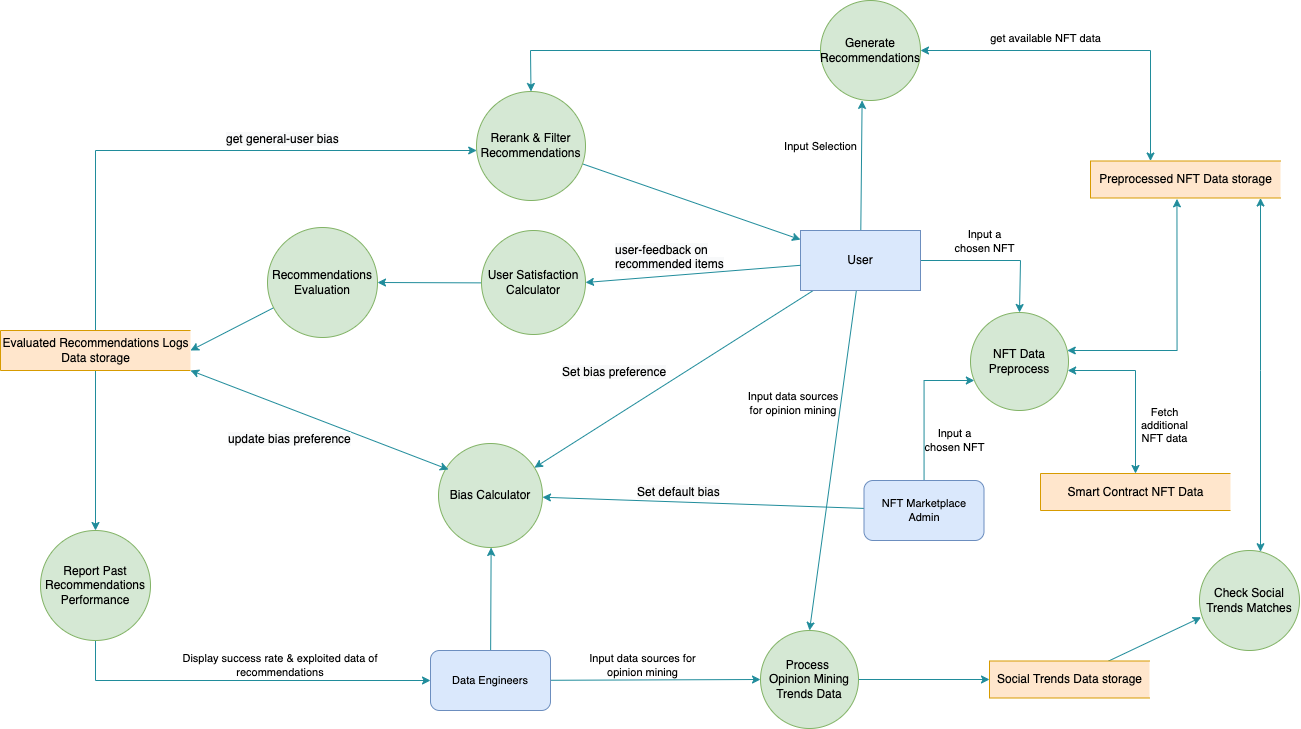
Earlier version of the draw.io export PSPD/PSPD/images/Design/Data Flow Diagram L1.png (dinuka-rp/nerdy-panda). Source tidied: cells renumbered, new cells last; positions are measured from the earlier drawing's top-left corner, leaving out a move shared by most shapes.
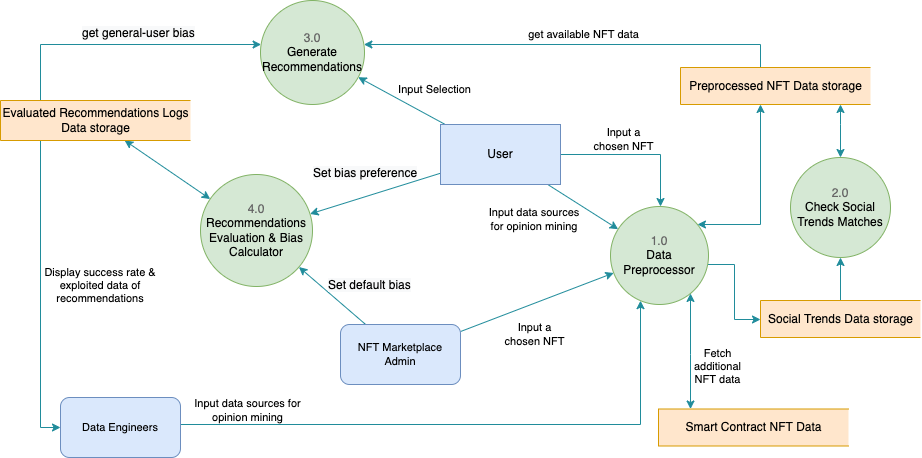
The same diagram one commit later.

The edit, as a diff of the source:
```diff
@@ -12,188 +12,151 @@
     <mxCell id="3" style="edgeStyle=none;rounded=0;jettySize=auto;html=1;strokeColor=#208C9B;fontColor=#000000;" parent="1" edge="1" source="6" target="30">
       <mxGeometry relative="1" as="geometry" />
     </mxCell>
-    <mxCell id="4" style="edgeStyle=none;rounded=0;jettySize=auto;html=1;entryX=0.416;entryY=0.999;entryDx=0;entryDy=0;entryPerimeter=0;strokeColor=#208C9B;fontColor=#000000;" parent="1" edge="1" source="6" target="26">
+    <mxCell id="4" style="edgeStyle=none;rounded=0;jettySize=auto;html=1;strokeColor=#208C9B;fontColor=#000000;startArrow=none;startFill=0;" parent="1" edge="1" source="6" target="26">
       <mxGeometry relative="1" as="geometry" />
     </mxCell>
-    <mxCell id="5" style="edgeStyle=none;rounded=0;jettySize=auto;html=1;entryX=0.5;entryY=0;entryDx=0;entryDy=0;strokeColor=#208C9B;fontColor=#000000;" parent="1" edge="1" source="6" target="18">
+    <mxCell id="5" style="edgeStyle=none;rounded=0;jettySize=auto;html=1;strokeColor=#208C9B;fontColor=#000000;" parent="1" edge="1" source="6" target="8">
       <mxGeometry relative="1" as="geometry" />
     </mxCell>
     <mxCell id="6" value="User" style="rounded=0;whiteSpace=wrap;html=1;fillColor=#dae8fc;strokeColor=#6c8ebf;" parent="1" vertex="1">
       <mxGeometry x="800" y="230" width="120" height="60" as="geometry" />
     </mxCell>
-    <mxCell id="7" style="edgeStyle=orthogonalEdgeStyle;rounded=0;jettySize=auto;html=1;entryX=0.455;entryY=1.023;entryDx=0;entryDy=0;entryPerimeter=0;startArrow=classic;startFill=1;strokeColor=#208C9B;fontColor=#000000;" parent="1" edge="1" source="8" target="11">
+    <mxCell id="7" style="edgeStyle=orthogonalEdgeStyle;rounded=0;jettySize=auto;html=1;startArrow=classic;startFill=1;strokeColor=#208C9B;fontColor=#000000;" parent="1" edge="1" source="8" target="11">
       <mxGeometry relative="1" as="geometry">
         <Array as="points">
-          <mxPoint x="1176" y="350" />
+          <mxPoint x="1120" y="330" />
         </Array>
       </mxGeometry>
     </mxCell>
+    <mxCell id="54" style="edgeStyle=orthogonalEdgeStyle;rounded=0;jettySize=auto;html=1;startArrow=none;startFill=0;strokeColor=#208C9B;fontColor=#000000;" parent="1" edge="1" source="8" target="20">
+      <mxGeometry relative="1" as="geometry">
+        <Array as="points">
+          <mxPoint x="1094" y="370" />
+          <mxPoint x="1094" y="425" />
+        </Array>
+      </mxGeometry>
+    </mxCell>
-    <mxCell id="8" value="NFT Data Preprocess" style="ellipse;whiteSpace=wrap;html=1;fillColor=#d5e8d4;strokeColor=#82b366;" parent="1" vertex="1">
+    <mxCell id="8" value="&lt;font color=&quot;#666666&quot;&gt;1.0&lt;/font&gt;&lt;br&gt;Data Preprocessor" style="ellipse;whiteSpace=wrap;html=1;fillColor=#d5e8d4;strokeColor=#82b366;" parent="1" vertex="1">
       <mxGeometry x="970" y="312" width="98" height="98" as="geometry" />
     </mxCell>
-    <mxCell id="9" style="rounded=0;jettySize=auto;html=1;startArrow=classic;startFill=1;strokeColor=#208C9B;fontColor=#000000;edgeStyle=orthogonalEdgeStyle;" parent="1" edge="1" source="11" target="26">
+    <mxCell id="9" style="rounded=0;jettySize=auto;html=1;startArrow=none;startFill=0;strokeColor=#208C9B;fontColor=#000000;edgeStyle=orthogonalEdgeStyle;" parent="1" edge="1" source="11" target="26">
       <mxGeometry relative="1" as="geometry">
         <Array as="points">
-          <mxPoint x="1150" y="50" />
+          <mxPoint x="1120" y="150" />
         </Array>
       </mxGeometry>
     </mxCell>
     <mxCell id="10" style="edgeStyle=orthogonalEdgeStyle;rounded=0;jettySize=auto;html=1;startArrow=classic;startFill=1;strokeColor=#208C9B;fontColor=#000000;" parent="1" edge="1" source="11" target="27">
       <mxGeometry relative="1" as="geometry">
         <Array as="points">
-          <mxPoint x="1260" y="370" />
-          <mxPoint x="1260" y="370" />
+          <mxPoint x="1200" y="230" />
+          <mxPoint x="1200" y="230" />
         </Array>
       </mxGeometry>
     </mxCell>
     <mxCell id="11" value="Preprocessed NFT Data storage" style="html=1;dashed=0;whitespace=wrap;shape=partialRectangle;right=0;rounded=1;fillColor=#ffe6cc;strokeColor=#d79b00;" parent="1" vertex="1">
-      <mxGeometry x="1090" y="160.5" width="190" height="37" as="geometry" />
+      <mxGeometry x="1040" y="173" width="190" height="37" as="geometry" />
     </mxCell>
-    <mxCell id="12" style="edgeStyle=none;rounded=0;jettySize=auto;html=1;strokeColor=#208C9B;fontColor=#000000;" parent="1" edge="1" source="14" target="18">
-      <mxGeometry relative="1" as="geometry" />
+    <mxCell id="12" style="edgeStyle=orthogonalEdgeStyle;rounded=0;jettySize=auto;html=1;strokeColor=#208C9B;fontColor=#000000;" parent="1" edge="1" source="14" target="8">
+      <mxGeometry relative="1" as="geometry">
+        <Array as="points">
+          <mxPoint x="1000" y="530" />
+        </Array>
+      </mxGeometry>
     </mxCell>
-    <mxCell id="13" style="edgeStyle=none;rounded=0;jettySize=auto;html=1;strokeColor=#208C9B;fontColor=#000000;" parent="1" edge="1" source="14" target="30">
-      <mxGeometry relative="1" as="geometry" />
-    </mxCell>
     <mxCell id="14" value="Data Engineers" style="rounded=1;whiteSpace=wrap;html=1;labelBackgroundColor=none;fontSize=11;fillColor=#dae8fc;strokeColor=#6c8ebf;" parent="1" vertex="1">
-      <mxGeometry x="430" y="650" width="120" height="60" as="geometry" />
+      <mxGeometry x="420" y="503" width="120" height="60" as="geometry" />
     </mxCell>
-    <mxCell id="15" style="edgeStyle=orthogonalEdgeStyle;rounded=0;jettySize=auto;html=1;strokeColor=#208C9B;fontColor=#000000;" parent="1" edge="1" source="16" target="14">
+    <mxCell id="15" style="edgeStyle=orthogonalEdgeStyle;rounded=0;jettySize=auto;html=1;strokeColor=#208C9B;fontColor=#000000;" parent="1" edge="1" source="34" target="14">
       <mxGeometry relative="1" as="geometry">
         <Array as="points">
-          <mxPoint x="95" y="680" />
+          <mxPoint x="400" y="533" />
         </Array>
       </mxGeometry>
     </mxCell>
-    <mxCell id="16" value="Report Past Recommendations Performance" style="ellipse;whiteSpace=wrap;html=1;fillColor=#d5e8d4;strokeColor=#82b366;" parent="1" vertex="1">
-      <mxGeometry x="40" y="530" width="110" height="110" as="geometry" />
-    </mxCell>
-    <mxCell id="17" style="edgeStyle=orthogonalEdgeStyle;rounded=0;jettySize=auto;html=1;startArrow=none;startFill=0;strokeWidth=1;strokeColor=#208C9B;fontColor=#000000;" parent="1" edge="1" source="18" target="20">
-      <mxGeometry relative="1" as="geometry" />
-    </mxCell>
-    <mxCell id="18" value="Process &lt;br&gt;Opinion Mining Trends Data" style="ellipse;whiteSpace=wrap;html=1;fillColor=#d5e8d4;strokeColor=#82b366;" parent="1" vertex="1">
-      <mxGeometry x="760" y="630" width="98" height="98" as="geometry" />
-    </mxCell>
-    <mxCell id="19" style="edgeStyle=none;rounded=0;jettySize=auto;html=1;entryX=0.016;entryY=0.668;entryDx=0;entryDy=0;strokeColor=#208C9B;fontColor=#000000;entryPerimeter=0;" parent="1" edge="1" source="20" target="27">
+    <mxCell id="19" style="edgeStyle=none;rounded=0;jettySize=auto;html=1;strokeColor=#208C9B;fontColor=#000000;" parent="1" edge="1" source="20" target="27">
       <mxGeometry relative="1" as="geometry" />
     </mxCell>
     <mxCell id="20" value="Social Trends Data storage" style="html=1;dashed=0;whitespace=wrap;shape=partialRectangle;right=0;rounded=1;fillColor=#ffe6cc;strokeColor=#d79b00;" parent="1" vertex="1">
-      <mxGeometry x="989" y="660.5" width="160" height="37" as="geometry" />
+      <mxGeometry x="1120" y="406" width="160" height="37" as="geometry" />
     </mxCell>
-    <mxCell id="21" style="edgeStyle=none;rounded=0;jettySize=auto;html=1;entryX=1;entryY=0.5;entryDx=0;entryDy=0;strokeColor=#208C9B;fontColor=#000000;" parent="1" edge="1" source="22" target="24">
-      <mxGeometry relative="1" as="geometry" />
-    </mxCell>
-    <mxCell id="22" value="User Satisfaction Calculator" style="ellipse;whiteSpace=wrap;html=1;fillColor=#d5e8d4;strokeColor=#82b366;" parent="1" vertex="1">
-      <mxGeometry x="481" y="230" width="104" height="104" as="geometry" />
-    </mxCell>
-    <mxCell id="23" style="edgeStyle=none;rounded=0;jettySize=auto;html=1;entryX=1;entryY=0.5;entryDx=0;entryDy=0;strokeColor=#208C9B;fontColor=#000000;" parent="1" edge="1" source="24" target="34">
-      <mxGeometry relative="1" as="geometry" />
-    </mxCell>
-    <mxCell id="24" value="Recommendations Evaluation" style="ellipse;whiteSpace=wrap;html=1;fillColor=#d5e8d4;strokeColor=#82b366;" parent="1" vertex="1">
-      <mxGeometry x="267" y="227" width="110" height="110" as="geometry" />
-    </mxCell>
-    <mxCell id="25" style="edgeStyle=orthogonalEdgeStyle;rounded=0;jettySize=auto;html=1;strokeColor=#208C9B;fontColor=#000000;" parent="1" edge="1" source="26" target="29">
-      <mxGeometry relative="1" as="geometry">
-        <Array as="points">
-          <mxPoint x="530" y="50" />
-        </Array>
-      </mxGeometry>
-    </mxCell>
-    <mxCell id="26" value="Generate&lt;br&gt;Recommendations" style="ellipse;whiteSpace=wrap;html=1;fillColor=#d5e8d4;strokeColor=#82b366;" parent="1" vertex="1">
-      <mxGeometry x="820" width="100" height="100" as="geometry" />
+    <mxCell id="26" value="&lt;span style=&quot;color: rgb(102 , 102 , 102)&quot;&gt;3.0&lt;/span&gt;&lt;br&gt;Generate&lt;br&gt;Recommendations" style="ellipse;whiteSpace=wrap;html=1;fillColor=#d5e8d4;strokeColor=#82b366;" parent="1" vertex="1">
+      <mxGeometry x="620" y="106" width="104" height="104" as="geometry" />
     </mxCell>
-    <mxCell id="27" value="Check Social Trends Matches" style="ellipse;whiteSpace=wrap;html=1;fillColor=#d5e8d4;strokeColor=#82b366;" parent="1" vertex="1">
-      <mxGeometry x="1199" y="550" width="100" height="100" as="geometry" />
+    <mxCell id="27" value="&lt;span style=&quot;color: rgb(102 , 102 , 102)&quot;&gt;2.0&lt;/span&gt;&lt;br&gt;Check Social Trends Matches" style="ellipse;whiteSpace=wrap;html=1;fillColor=#d5e8d4;strokeColor=#82b366;" parent="1" vertex="1">
+      <mxGeometry x="1150" y="263" width="100" height="100" as="geometry" />
     </mxCell>
-    <mxCell id="28" style="edgeStyle=none;rounded=0;jettySize=auto;html=1;strokeColor=#208C9B;fontColor=#000000;" parent="1" edge="1" source="29" target="6">
-      <mxGeometry relative="1" as="geometry" />
-    </mxCell>
-    <mxCell id="29" value="Rerank &amp;amp; Filter&lt;br&gt;Recommendations" style="ellipse;whiteSpace=wrap;html=1;fillColor=#d5e8d4;strokeColor=#82b366;" parent="1" vertex="1">
-      <mxGeometry x="476" y="91" width="109" height="109" as="geometry" />
-    </mxCell>
-    <mxCell id="30" value="Bias Calculator" style="ellipse;whiteSpace=wrap;html=1;fillColor=#d5e8d4;strokeColor=#82b366;" parent="1" vertex="1">
-      <mxGeometry x="438" y="443" width="104" height="104" as="geometry" />
+    <mxCell id="30" value="&lt;span style=&quot;color: rgb(102 , 102 , 102)&quot;&gt;4.0&lt;/span&gt;&lt;br&gt;Recommendations Evaluation &amp;amp; Bias Calculator" style="ellipse;whiteSpace=wrap;html=1;fillColor=#d5e8d4;strokeColor=#82b366;" parent="1" vertex="1">
+      <mxGeometry x="560" y="280" width="112" height="112" as="geometry" />
     </mxCell>
-    <mxCell id="31" style="edgeStyle=none;rounded=0;jettySize=auto;html=1;strokeColor=#208C9B;fontColor=#000000;" parent="1" edge="1" source="34" target="16">
-      <mxGeometry relative="1" as="geometry" />
-    </mxCell>
-    <mxCell id="32" style="edgeStyle=orthogonalEdgeStyle;rounded=0;jettySize=auto;html=1;strokeColor=#208C9B;fontColor=#000000;" parent="1" edge="1" source="34" target="29">
+    <mxCell id="32" style="edgeStyle=orthogonalEdgeStyle;rounded=0;jettySize=auto;html=1;strokeColor=#208C9B;fontColor=#000000;" parent="1" edge="1" source="34" target="26">
       <mxGeometry relative="1" as="geometry">
         <Array as="points">
-          <mxPoint x="95" y="150" />
+          <mxPoint x="400" y="150" />
         </Array>
       </mxGeometry>
     </mxCell>
-    <mxCell id="33" style="edgeStyle=none;rounded=0;jettySize=auto;html=1;entryX=0.096;entryY=0.25;entryDx=0;entryDy=0;entryPerimeter=0;exitX=1;exitY=1;exitDx=0;exitDy=0;strokeColor=#208C9B;fontColor=#000000;startArrow=classic;startFill=1;" parent="1" edge="1" source="34" target="30">
+    <mxCell id="33" style="edgeStyle=none;rounded=0;jettySize=auto;html=1;strokeColor=#208C9B;fontColor=#000000;startArrow=classic;startFill=1;" parent="1" edge="1" source="34" target="30">
       <mxGeometry relative="1" as="geometry" />
     </mxCell>
     <mxCell id="34" value="Evaluated Recommendations Logs&lt;br&gt;Data storage" style="html=1;dashed=0;whitespace=wrap;shape=partialRectangle;right=0;rounded=1;fillColor=#ffe6cc;strokeColor=#d79b00;" parent="1" vertex="1">
-      <mxGeometry y="330" width="190" height="40" as="geometry" />
+      <mxGeometry x="360" y="206" width="190" height="40" as="geometry" />
     </mxCell>
     <mxCell id="35" style="edgeStyle=none;rounded=0;jettySize=auto;html=1;strokeColor=#208C9B;fontColor=#000000;" parent="1" edge="1" source="37" target="30">
       <mxGeometry relative="1" as="geometry" />
     </mxCell>
-    <mxCell id="36" style="edgeStyle=orthogonalEdgeStyle;rounded=0;jettySize=auto;html=1;strokeColor=#208C9B;fontColor=#000000;" parent="1" edge="1" source="37" target="8">
-      <mxGeometry relative="1" as="geometry">
-        <Array as="points">
-          <mxPoint x="924" y="380" />
-        </Array>
-      </mxGeometry>
+    <mxCell id="36" style="rounded=0;jettySize=auto;html=1;strokeColor=#208C9B;fontColor=#000000;" parent="1" edge="1" source="37" target="8">
+      <mxGeometry relative="1" as="geometry" />
     </mxCell>
     <mxCell id="37" value="NFT Marketplace Admin" style="rounded=1;whiteSpace=wrap;html=1;labelBackgroundColor=none;fontSize=11;fillColor=#dae8fc;strokeColor=#6c8ebf;" parent="1" vertex="1">
-      <mxGeometry x="863.5" y="480" width="120" height="60" as="geometry" />
+      <mxGeometry x="700" y="430" width="120" height="60" as="geometry" />
     </mxCell>
     <mxCell id="38" value="&lt;span&gt;Display success rate &amp;amp; exploited data of&lt;/span&gt;&lt;br&gt;&lt;span&gt;recommendations&lt;/span&gt;" style="text;html=1;strokeColor=none;fillColor=none;align=center;verticalAlign=middle;whiteSpace=wrap;rounded=0;labelBackgroundColor=none;fontSize=11;fontColor=#000000;" parent="1" vertex="1">
-      <mxGeometry x="170" y="650" width="220" height="30" as="geometry" />
+      <mxGeometry x="390" y="376" width="140" height="30" as="geometry" />
     </mxCell>
     <mxCell id="39" value="Input data sources for opinion mining" style="text;html=1;strokeColor=none;fillColor=none;align=center;verticalAlign=middle;whiteSpace=wrap;rounded=0;fontSize=11;" parent="1" vertex="1">
-      <mxGeometry x="585" y="650" width="115" height="30" as="geometry" />
+      <mxGeometry x="550" y="501" width="115" height="30" as="geometry" />
     </mxCell>
     <mxCell id="40" value="&lt;span style=&quot;color: rgb(0 , 0 , 0) ; font-family: &amp;#34;helvetica&amp;#34; ; font-size: 12px ; font-style: normal ; font-weight: 400 ; letter-spacing: normal ; text-align: center ; text-indent: 0px ; text-transform: none ; word-spacing: 0px ; background-color: rgb(248 , 249 , 250) ; display: inline ; float: none&quot;&gt;Set default bias&lt;/span&gt;" style="text;whiteSpace=wrap;html=1;" parent="1" vertex="1">
-      <mxGeometry x="635" y="478" width="110" height="30" as="geometry" />
+      <mxGeometry x="686" y="377" width="110" height="30" as="geometry" />
     </mxCell>
     <mxCell id="41" value="&lt;span style=&quot;color: rgb(0 , 0 , 0) ; font-family: &amp;#34;helvetica&amp;#34; ; font-size: 12px ; font-style: normal ; font-weight: 400 ; letter-spacing: normal ; text-align: center ; text-indent: 0px ; text-transform: none ; word-spacing: 0px ; background-color: rgb(248 , 249 , 250) ; display: inline ; float: none&quot;&gt;Set bias preference&lt;/span&gt;" style="text;whiteSpace=wrap;html=1;" parent="1" vertex="1">
-      <mxGeometry x="560" y="358" width="110" height="30" as="geometry" />
+      <mxGeometry x="671" y="265" width="110" height="30" as="geometry" />
     </mxCell>
     <mxCell id="42" value="Input Selection" style="text;html=1;strokeColor=none;fillColor=none;align=center;verticalAlign=middle;whiteSpace=wrap;rounded=0;fontSize=11;" parent="1" vertex="1">
-      <mxGeometry x="765.5" y="130.5" width="109" height="30" as="geometry" />
+      <mxGeometry x="740" y="180" width="109" height="30" as="geometry" />
     </mxCell>
     <mxCell id="43" value="Input data sources for opinion mining" style="text;html=1;strokeColor=none;fillColor=none;align=center;verticalAlign=middle;whiteSpace=wrap;rounded=0;fontSize=11;" parent="1" vertex="1">
-      <mxGeometry x="743" y="388" width="100" height="30" as="geometry" />
+      <mxGeometry x="844" y="310" width="100" height="30" as="geometry" />
     </mxCell>
-    <mxCell id="44" value="&lt;span style=&quot;color: rgb(0 , 0 , 0) ; font-family: &amp;#34;helvetica&amp;#34; ; font-size: 12px ; font-style: normal ; font-weight: 400 ; letter-spacing: normal ; text-align: center ; text-indent: 0px ; text-transform: none ; word-spacing: 0px ; background-color: rgb(248 , 249 , 250) ; display: inline ; float: none&quot;&gt;user-feedback on recommended items&lt;/span&gt;" style="text;whiteSpace=wrap;html=1;" parent="1" vertex="1">
-      <mxGeometry x="612.5" y="236" width="115" height="30" as="geometry" />
-    </mxCell>
-    <mxCell id="45" style="edgeStyle=none;rounded=0;jettySize=auto;html=1;entryX=1;entryY=0.5;entryDx=0;entryDy=0;strokeColor=#208C9B;fontColor=#000000;" parent="1" edge="1" source="6" target="22">
-      <mxGeometry relative="1" as="geometry" />
-    </mxCell>
     <mxCell id="46" value="&lt;span style=&quot;color: rgb(0 , 0 , 0) ; font-family: &amp;#34;helvetica&amp;#34; ; font-size: 12px ; font-style: normal ; font-weight: 400 ; letter-spacing: normal ; text-align: center ; text-indent: 0px ; text-transform: none ; word-spacing: 0px ; background-color: rgb(248 , 249 , 250) ; display: inline ; float: none&quot;&gt;get general-user bias&lt;/span&gt;" style="text;whiteSpace=wrap;html=1;" parent="1" vertex="1">
-      <mxGeometry x="224" y="125" width="126" height="30" as="geometry" />
+      <mxGeometry x="440" y="125" width="126" height="30" as="geometry" />
     </mxCell>
-    <mxCell id="47" value="&lt;span style=&quot;color: rgb(0 , 0 , 0) ; font-family: &amp;#34;helvetica&amp;#34; ; font-size: 12px ; font-style: normal ; font-weight: 400 ; letter-spacing: normal ; text-align: center ; text-indent: 0px ; text-transform: none ; word-spacing: 0px ; background-color: rgb(248 , 249 , 250) ; display: inline ; float: none&quot;&gt;update bias preference&lt;/span&gt;" style="text;whiteSpace=wrap;html=1;" parent="1" vertex="1">
-      <mxGeometry x="226" y="425" width="130" height="30" as="geometry" />
-    </mxCell>
     <mxCell id="48" style="edgeStyle=orthogonalEdgeStyle;rounded=0;jettySize=auto;html=1;strokeColor=#208C9B;fontColor=#000000;startArrow=classic;startFill=1;" parent="1" edge="1" source="49" target="8">
       <mxGeometry relative="1" as="geometry">
         <Array as="points">
-          <mxPoint x="1135" y="370" />
+          <mxPoint x="1050" y="460" />
+          <mxPoint x="1050" y="460" />
         </Array>
       </mxGeometry>
     </mxCell>
     <mxCell id="49" value="Smart Contract NFT Data" style="html=1;dashed=0;whitespace=wrap;shape=partialRectangle;right=0;rounded=1;fillColor=#ffe6cc;strokeColor=#d79b00;" parent="1" vertex="1">
-      <mxGeometry x="1040" y="473" width="190" height="37" as="geometry" />
+      <mxGeometry x="1018" y="514.5" width="190" height="37" as="geometry" />
     </mxCell>
     <mxCell id="50" value="Input a chosen NFT" style="text;html=1;strokeColor=none;fillColor=none;align=center;verticalAlign=middle;whiteSpace=wrap;rounded=0;fontSize=11;" parent="1" vertex="1">
-      <mxGeometry x="920" y="425" width="69" height="30" as="geometry" />
+      <mxGeometry x="860" y="425" width="69" height="30" as="geometry" />
     </mxCell>
     <mxCell id="51" value="Fetch additional NFT data" style="text;html=1;strokeColor=none;fillColor=none;align=center;verticalAlign=middle;whiteSpace=wrap;rounded=0;fontSize=11;" parent="1" vertex="1">
-      <mxGeometry x="1130" y="410" width="69" height="30" as="geometry" />
+      <mxGeometry x="1043" y="457" width="69" height="30" as="geometry" />
     </mxCell>
     <mxCell id="52" value="Input a chosen NFT" style="text;html=1;strokeColor=none;fillColor=none;align=center;verticalAlign=middle;whiteSpace=wrap;rounded=0;fontSize=11;" parent="1" vertex="1">
-      <mxGeometry x="950" y="226" width="69" height="30" as="geometry" />
+      <mxGeometry x="949" y="230" width="69" height="30" as="geometry" />
     </mxCell>
     <mxCell id="53" value="get available NFT data" style="text;html=1;strokeColor=none;fillColor=none;align=center;verticalAlign=middle;whiteSpace=wrap;rounded=0;fontSize=11;" parent="1" vertex="1">
-      <mxGeometry x="981" y="23" width="129" height="30" as="geometry" />
+      <mxGeometry x="879" y="125" width="129" height="30" as="geometry" />
     </mxCell>
+    <mxCell id="55" style="edgeStyle=orthogonalEdgeStyle;rounded=0;orthogonalLoop=1;jettySize=auto;html=1;exitX=0.5;exitY=1;exitDx=0;exitDy=0;startArrow=classic;startFill=1;" parent="1" edge="1" source="38" target="38">
+      <mxGeometry relative="1" as="geometry" />
+    </mxCell>
   </root>
 </mxGraphModel>
```
